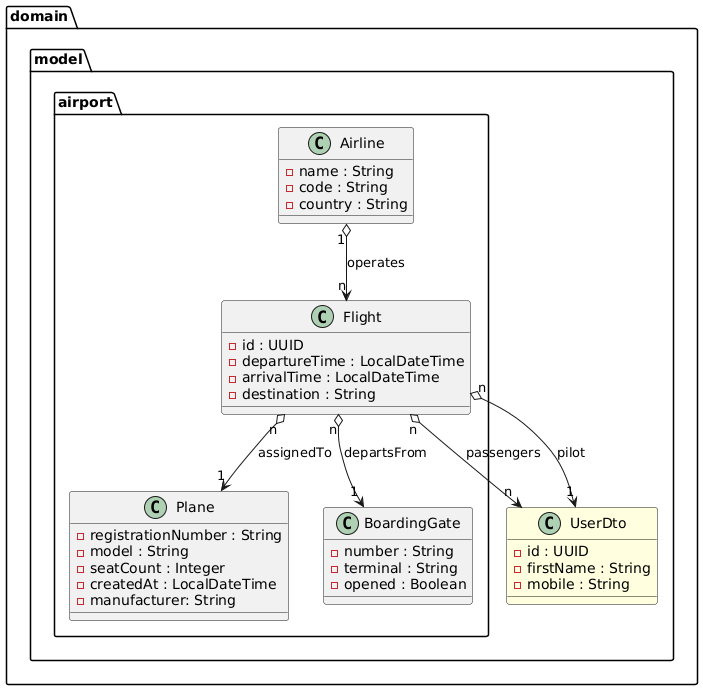
Before: docs/airport.png, a diagram exported from PlantUML (miw-upm/apaw-practice).
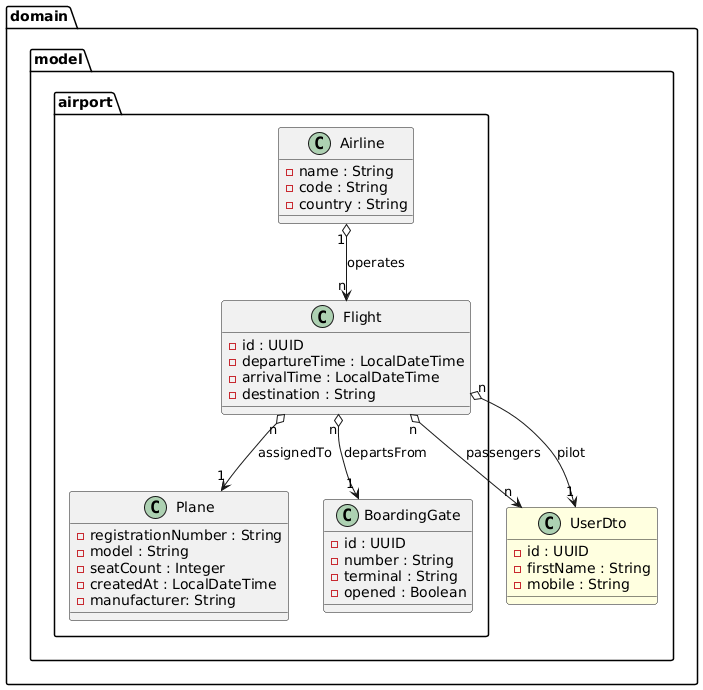
Later version of the same file.

Change to the diagram source:
```diff
@@ -25,6 +25,7 @@
       }
 
       class BoardingGate {
+        - id : UUID
         - number : String
         - terminal : String
         - opened : Boolean
```
